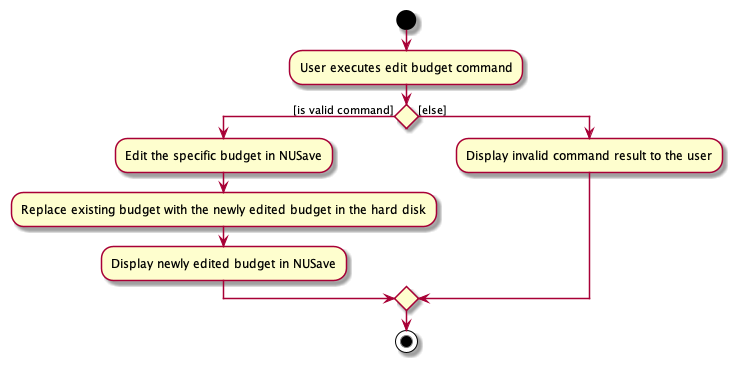
Earlier version of the PlantUML export docs/diagrams/commandsPlantUML/diagram/EditBudgetCommandActivity.png (yu-ming-chen/tp). Its diagram source:
```plantuml
@startuml
start
:User executes edit budget command;


if () then ([is valid command])
    :Edit the specific budget in NUSave;
    :Replace existing budget with the newly edited budget in the hard disk;
    :Display newly edited budget in NUSave;
else ([else])
:Display invalid command result to the user;
endif
stop
@enduml
```
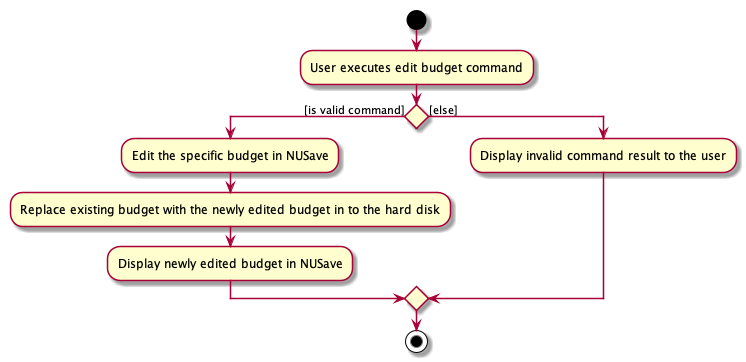
The same file after the commit.

The edit, as a diff of the source:
```diff
@@ -5,7 +5,7 @@
 
 if () then ([is valid command])
     :Edit the specific budget in NUSave;
-    :Replace existing budget with the newly edited budget in the hard disk;
+    :Replace existing budget with the newly edited budget in to the hard disk;
     :Display newly edited budget in NUSave;
 else ([else])
 :Display invalid command result to the user;
```
